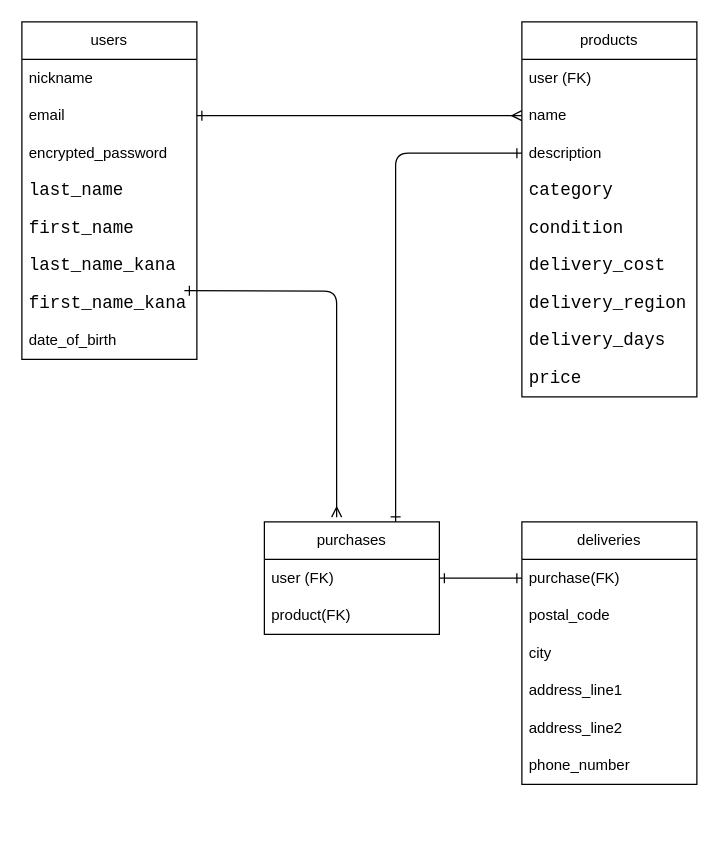
The draw.io diagram furima.dio in taigo2023/furima-40423, before the edit. Source tidied: cells renumbered, new cells numbered last; positions are measured from the earlier drawing's top-left corner, leaving out a move shared by most shapes. Both pictures are drawn from the tidied source at 125%, with x=0, y=0 at pixel (21, 21).
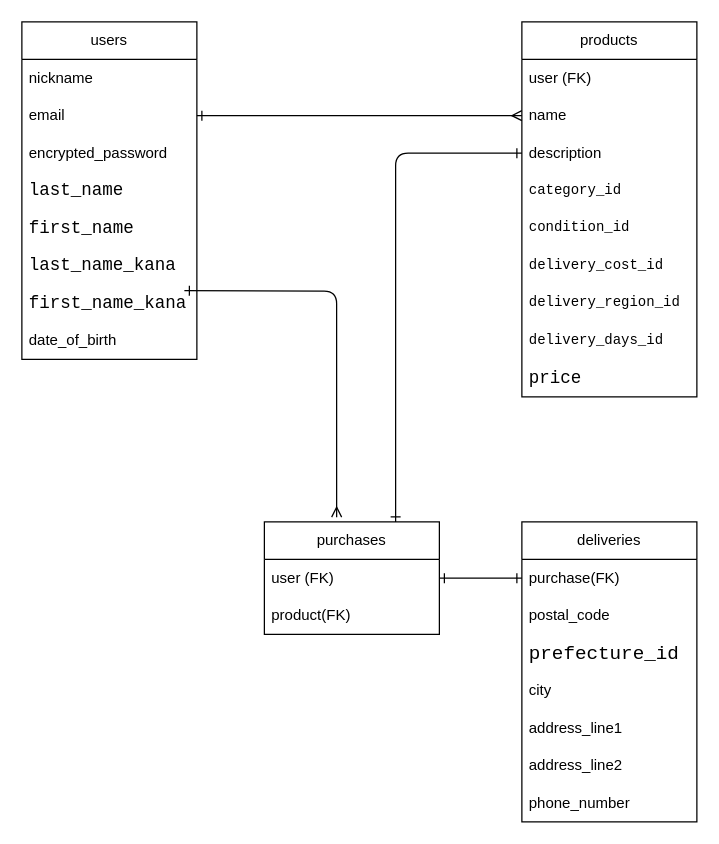
Above is the later version.

Commit message (it also covers changes not shown here):
データベース設計修正②

The change refers to these unchanged cells:
```xml
<mxCell id="2" value="products" style="swimlane;fontStyle=0;horizontal=1;startSize=30;whiteSpace=wrap;html=1;" parent="1" vertex="1">
  <mxGeometry x="400" width="140" height="300" as="geometry" />
</mxCell>
```

Change to the diagram source:
```diff
@@
-    <mxCell id="6" value="&lt;div style=&quot;background-color: rgb(255, 255, 255); font-family: &amp;quot;Ricty Diminished&amp;quot;, Consolas, &amp;quot;Courier New&amp;quot;, monospace; font-size: 14px; line-height: 19px;&quot;&gt;category&lt;/div&gt;" style="text;strokeColor=none;fillColor=none;align=left;verticalAlign=middle;spacingLeft=4;spacingRight=4;overflow=hidden;whiteSpace=wrap;html=1;" parent="2" vertex="1">
+    <mxCell id="6" value="&lt;div style=&quot;background-color: rgb(255, 255, 255); font-family: &amp;quot;Ricty Diminished&amp;quot;, Consolas, &amp;quot;Courier New&amp;quot;, monospace; font-size: 14px; line-height: 19px;&quot;&gt;&lt;div style=&quot;font-size: 11.2px; line-height: 15px;&quot;&gt;category_id&lt;/div&gt;&lt;/div&gt;" style="text;strokeColor=none;fillColor=none;align=left;verticalAlign=middle;spacingLeft=4;spacingRight=4;overflow=hidden;whiteSpace=wrap;html=1;" parent="2" vertex="1">
       <mxGeometry y="120" width="140" height="30" as="geometry" />
     </mxCell>
-    <mxCell id="7" value="&lt;div style=&quot;background-color: rgb(255, 255, 255); font-family: &amp;quot;Ricty Diminished&amp;quot;, Consolas, &amp;quot;Courier New&amp;quot;, monospace; font-size: 14px; line-height: 19px;&quot;&gt;condition&lt;/div&gt;" style="text;strokeColor=none;fillColor=none;align=left;verticalAlign=middle;spacingLeft=4;spacingRight=4;overflow=hidden;whiteSpace=wrap;html=1;" parent="2" vertex="1">
+    <mxCell id="7" value="&lt;div style=&quot;background-color: rgb(255, 255, 255); font-family: &amp;quot;Ricty Diminished&amp;quot;, Consolas, &amp;quot;Courier New&amp;quot;, monospace; font-size: 14px; line-height: 19px;&quot;&gt;&lt;div style=&quot;font-size: 11.2px; line-height: 15px;&quot;&gt;condition_id&lt;/div&gt;&lt;/div&gt;" style="text;strokeColor=none;fillColor=none;align=left;verticalAlign=middle;spacingLeft=4;spacingRight=4;overflow=hidden;whiteSpace=wrap;html=1;" parent="2" vertex="1">
       <mxGeometry y="150" width="140" height="30" as="geometry" />
     </mxCell>
-    <mxCell id="8" value="&lt;div style=&quot;background-color: rgb(255, 255, 255); font-family: &amp;quot;Ricty Diminished&amp;quot;, Consolas, &amp;quot;Courier New&amp;quot;, monospace; font-size: 14px; line-height: 19px;&quot;&gt;&lt;div style=&quot;line-height: 19px;&quot;&gt;delivery_cost&lt;/div&gt;&lt;/div&gt;" style="text;strokeColor=none;fillColor=none;align=left;verticalAlign=middle;spacingLeft=4;spacingRight=4;overflow=hidden;whiteSpace=wrap;html=1;" parent="2" vertex="1">
+    <mxCell id="8" value="&lt;div style=&quot;background-color: rgb(255, 255, 255); font-family: &amp;quot;Ricty Diminished&amp;quot;, Consolas, &amp;quot;Courier New&amp;quot;, monospace; font-size: 14px; line-height: 19px;&quot;&gt;&lt;div style=&quot;line-height: 19px;&quot;&gt;&lt;div style=&quot;font-size: 11.2px; line-height: 15px;&quot;&gt;delivery_cost_id&lt;/div&gt;&lt;/div&gt;&lt;/div&gt;" style="text;strokeColor=none;fillColor=none;align=left;verticalAlign=middle;spacingLeft=4;spacingRight=4;overflow=hidden;whiteSpace=wrap;html=1;" parent="2" vertex="1">
       <mxGeometry y="180" width="140" height="30" as="geometry" />
     </mxCell>
-    <mxCell id="9" value="&lt;div style=&quot;background-color: rgb(255, 255, 255); font-family: &amp;quot;Ricty Diminished&amp;quot;, Consolas, &amp;quot;Courier New&amp;quot;, monospace; font-size: 14px; line-height: 19px;&quot;&gt;&lt;div style=&quot;line-height: 19px;&quot;&gt;&lt;div style=&quot;line-height: 19px;&quot;&gt;delivery_region&lt;/div&gt;&lt;/div&gt;&lt;/div&gt;" style="text;strokeColor=none;fillColor=none;align=left;verticalAlign=middle;spacingLeft=4;spacingRight=4;overflow=hidden;whiteSpace=wrap;html=1;" parent="2" vertex="1">
+    <mxCell id="9" value="&lt;div style=&quot;background-color: rgb(255, 255, 255); font-family: &amp;quot;Ricty Diminished&amp;quot;, Consolas, &amp;quot;Courier New&amp;quot;, monospace; font-size: 14px; line-height: 19px;&quot;&gt;&lt;div style=&quot;line-height: 19px;&quot;&gt;&lt;div style=&quot;line-height: 19px;&quot;&gt;&lt;div style=&quot;font-size: 11.2px; line-height: 15px;&quot;&gt;delivery_region_id&lt;/div&gt;&lt;/div&gt;&lt;/div&gt;&lt;/div&gt;" style="text;strokeColor=none;fillColor=none;align=left;verticalAlign=middle;spacingLeft=4;spacingRight=4;overflow=hidden;whiteSpace=wrap;html=1;" parent="2" vertex="1">
       <mxGeometry y="210" width="140" height="30" as="geometry" />
     </mxCell>
-    <mxCell id="10" value="&lt;div style=&quot;background-color: rgb(255, 255, 255); font-family: &amp;quot;Ricty Diminished&amp;quot;, Consolas, &amp;quot;Courier New&amp;quot;, monospace; font-size: 14px; line-height: 19px;&quot;&gt;&lt;div style=&quot;line-height: 19px;&quot;&gt;&lt;div style=&quot;line-height: 19px;&quot;&gt;&lt;div style=&quot;line-height: 19px;&quot;&gt;delivery_days&lt;/div&gt;&lt;/div&gt;&lt;/div&gt;&lt;/div&gt;" style="text;strokeColor=none;fillColor=none;align=left;verticalAlign=middle;spacingLeft=4;spacingRight=4;overflow=hidden;whiteSpace=wrap;html=1;" parent="2" vertex="1">
+    <mxCell id="10" value="&lt;div style=&quot;background-color: rgb(255, 255, 255); font-family: &amp;quot;Ricty Diminished&amp;quot;, Consolas, &amp;quot;Courier New&amp;quot;, monospace; font-size: 14px; line-height: 19px;&quot;&gt;&lt;div style=&quot;line-height: 19px;&quot;&gt;&lt;div style=&quot;line-height: 19px;&quot;&gt;&lt;div style=&quot;line-height: 19px;&quot;&gt;&lt;div style=&quot;font-size: 11.2px; line-height: 15px;&quot;&gt;delivery_days_id&lt;/div&gt;&lt;/div&gt;&lt;/div&gt;&lt;/div&gt;&lt;/div&gt;" style="text;strokeColor=none;fillColor=none;align=left;verticalAlign=middle;spacingLeft=4;spacingRight=4;overflow=hidden;whiteSpace=wrap;html=1;" parent="2" vertex="1">
       <mxGeometry y="240" width="140" height="30" as="geometry" />
     </mxCell>
@@
     <mxCell id="15" value="deliveries" style="swimlane;fontStyle=0;horizontal=1;startSize=30;whiteSpace=wrap;html=1;" parent="1" vertex="1">
-      <mxGeometry x="400" y="400" width="140" height="210" as="geometry" />
+      <mxGeometry x="400" y="400" width="140" height="240" as="geometry" />
     </mxCell>
@@
+    <mxCell id="35" value="&lt;div style=&quot;background-color: rgb(255, 255, 255); font-family: &amp;quot;Ricty Diminished&amp;quot;, Consolas, &amp;quot;Courier New&amp;quot;, monospace; font-size: 15.4px; line-height: 20px;&quot;&gt;prefecture_id&lt;/div&gt;" style="text;strokeColor=none;fillColor=none;align=left;verticalAlign=middle;spacingLeft=4;spacingRight=4;overflow=hidden;whiteSpace=wrap;html=1;" parent="15" vertex="1">
+      <mxGeometry y="90" width="140" height="30" as="geometry" />
+    </mxCell>
     <mxCell id="18" value="city" style="text;strokeColor=none;fillColor=none;align=left;verticalAlign=middle;spacingLeft=4;spacingRight=4;overflow=hidden;whiteSpace=wrap;html=1;" parent="15" vertex="1">
-      <mxGeometry y="90" width="140" height="30" as="geometry" />
+      <mxGeometry y="120" width="140" height="30" as="geometry" />
     </mxCell>
     <mxCell id="19" value="address_line1" style="text;strokeColor=none;fillColor=none;align=left;verticalAlign=middle;spacingLeft=4;spacingRight=4;overflow=hidden;whiteSpace=wrap;html=1;" parent="15" vertex="1">
-      <mxGeometry y="120" width="140" height="30" as="geometry" />
+      <mxGeometry y="150" width="140" height="30" as="geometry" />
     </mxCell>
     <mxCell id="20" value="address_line2" style="text;strokeColor=none;fillColor=none;align=left;verticalAlign=middle;spacingLeft=4;spacingRight=4;overflow=hidden;whiteSpace=wrap;html=1;" parent="15" vertex="1">
-      <mxGeometry y="150" width="140" height="30" as="geometry" />
+      <mxGeometry y="180" width="140" height="30" as="geometry" />
     </mxCell>
     <mxCell id="21" value="phone_number" style="text;strokeColor=none;fillColor=none;align=left;verticalAlign=middle;spacingLeft=4;spacingRight=4;overflow=hidden;whiteSpace=wrap;html=1;" parent="15" vertex="1">
-      <mxGeometry y="180" width="140" height="30" as="geometry" />
+      <mxGeometry y="210" width="140" height="30" as="geometry" />
     </mxCell>
```
